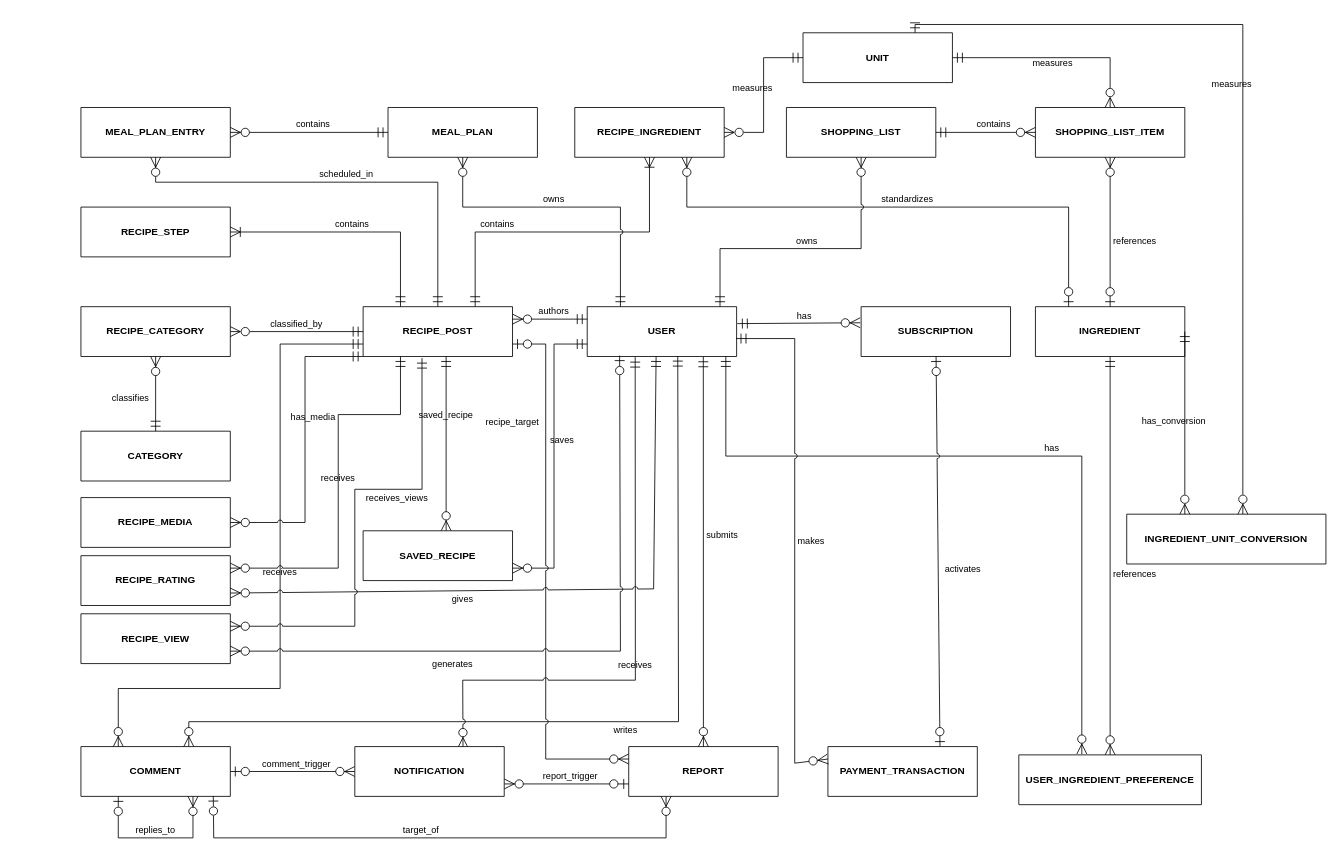
Earlier version of the draw.io diagram docs/diagrams/ERD/conceptual-erd-v1.0.0.drawio (NgaiLong49423/vegetarian-support-system). Source tidied: cells renumbered, new cells numbered last; positions are measured from the earlier drawing's top-left corner, leaving out a move shared by most shapes. Both pictures are drawn from the tidied source at 83%, with x=0, y=0 at pixel (81, 32).
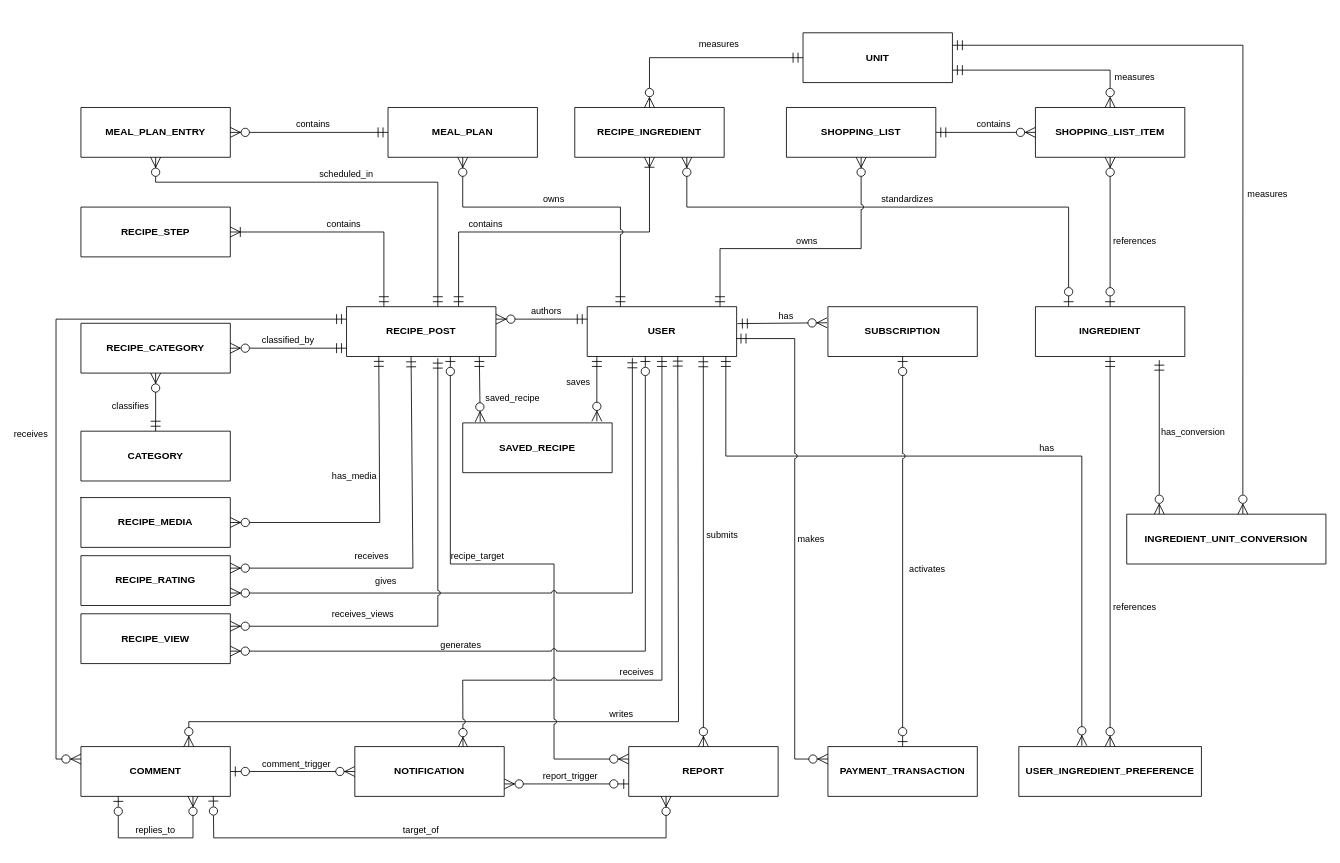
Above is the later version.

Commit message (it also covers changes not shown here):
docs(erd): update conceptual erd and add logical erd v0.1.0

Unchanged cells that the change refers to:
```xml
<mxCell id="2" value="USER" style="shape=table;startSize=60;whiteSpace=wrap;childLayout=tableLayout;rowLines=1;fontStyle=1;align=center;labelBackgroundColor=none;" parent="1" vertex="1">
  <mxGeometry x="610" y="330" width="180" height="60" as="geometry" />
</mxCell>
<mxCell id="4" value="INGREDIENT" style="shape=table;startSize=60;whiteSpace=wrap;childLayout=tableLayout;rowLines=1;fontStyle=1;align=center;labelBackgroundColor=none;" parent="1" vertex="1">
  <mxGeometry x="1150" y="330" width="180" height="60" as="geometry" />
</mxCell>
<mxCell id="6" value="RECIPE_INGREDIENT" style="shape=table;startSize=60;whiteSpace=wrap;childLayout=tableLayout;rowLines=1;fontStyle=1;align=center;labelBackgroundColor=none;" parent="1" vertex="1">
  <mxGeometry x="595" y="90" width="180" height="60" as="geometry" />
</mxCell>
<mxCell id="9" value="COMMENT" style="shape=table;startSize=60;whiteSpace=wrap;childLayout=tableLayout;rowLines=1;fontStyle=1;align=center;labelBackgroundColor=none;" parent="1" vertex="1">
  <mxGeometry y="860" width="180" height="60" as="geometry" />
</mxCell>
<mxCell id="10" value="REPORT" style="shape=table;startSize=60;whiteSpace=wrap;childLayout=tableLayout;rowLines=1;fontStyle=1;align=center;labelBackgroundColor=none;" parent="1" vertex="1">
  <mxGeometry x="660" y="860" width="180" height="60" as="geometry" />
</mxCell>
<mxCell id="14" value="SHOPPING_LIST_ITEM" style="shape=table;startSize=60;whiteSpace=wrap;childLayout=tableLayout;rowLines=1;fontStyle=1;align=center;labelBackgroundColor=none;" parent="1" vertex="1">
  <mxGeometry x="1150" y="90" width="180" height="60" as="geometry" />
</mxCell>
<mxCell id="16" value="PAYMENT_TRANSACTION" style="shape=table;startSize=60;whiteSpace=wrap;childLayout=tableLayout;rowLines=1;fontStyle=1;align=center;labelBackgroundColor=none;" parent="1" vertex="1">
  <mxGeometry x="900" y="860" width="180" height="60" as="geometry" />
</mxCell>
<mxCell id="43" value="NOTIFICATION" style="shape=table;startSize=60;whiteSpace=wrap;childLayout=tableLayout;rowLines=1;fontStyle=1;align=center;labelBackgroundColor=none;" parent="1" vertex="1">
  <mxGeometry x="330" y="860" width="180" height="60" as="geometry" />
</mxCell>
<mxCell id="46" value="RECIPE_STEP" style="shape=table;startSize=60;whiteSpace=wrap;childLayout=tableLayout;rowLines=1;fontStyle=1;align=center;labelBackgroundColor=none;" parent="1" vertex="1">
  <mxGeometry y="210" width="180" height="60" as="geometry" />
</mxCell>
<mxCell id="50" value="RECIPE_RATING" style="shape=table;startSize=60;whiteSpace=wrap;childLayout=tableLayout;rowLines=1;fontStyle=1;align=center;labelBackgroundColor=none;" parent="1" vertex="1">
  <mxGeometry y="630" width="180" height="60" as="geometry" />
</mxCell>
<mxCell id="53" value="RECIPE_VIEW" style="shape=table;startSize=60;whiteSpace=wrap;childLayout=tableLayout;rowLines=1;fontStyle=1;align=center;labelBackgroundColor=none;" parent="1" vertex="1">
  <mxGeometry y="700" width="180" height="60" as="geometry" />
</mxCell>
<mxCell id="56" value="UNIT" style="shape=table;startSize=60;whiteSpace=wrap;childLayout=tableLayout;rowLines=1;fontStyle=1;align=center;labelBackgroundColor=none;" parent="1" vertex="1">
  <mxGeometry x="870" width="180" height="60" as="geometry" />
</mxCell>
<mxCell id="59" value="INGREDIENT_UNIT_CONVERSION" style="shape=table;startSize=60;whiteSpace=wrap;childLayout=tableLayout;rowLines=1;fontStyle=1;align=center;labelBackgroundColor=none;" parent="1" vertex="1">
  <mxGeometry x="1260" y="580" width="240" height="60" as="geometry" />
</mxCell>
```

What changed in the source:
```diff
@@
     <mxCell id="3" value="USER_INGREDIENT_PREFERENCE" style="shape=table;startSize=60;whiteSpace=wrap;childLayout=tableLayout;rowLines=1;fontStyle=1;align=center;labelBackgroundColor=none;" parent="1" vertex="1">
-      <mxGeometry x="1130" y="870" width="220" height="60" as="geometry" />
+      <mxGeometry x="1130" y="860" width="220" height="60" as="geometry" />
     </mxCell>
@@
     <mxCell id="5" value="RECIPE_POST" style="shape=table;startSize=60;whiteSpace=wrap;childLayout=tableLayout;rowLines=1;fontStyle=1;align=center;labelBackgroundColor=none;" parent="1" vertex="1">
-      <mxGeometry x="340" y="330" width="180" height="60" as="geometry" />
+      <mxGeometry x="320" y="330" width="180" height="60" as="geometry" />
     </mxCell>
@@
     <mxCell id="7" value="RECIPE_CATEGORY" style="shape=table;startSize=60;whiteSpace=wrap;childLayout=tableLayout;rowLines=1;fontStyle=1;align=center;labelBackgroundColor=none;" parent="1" vertex="1">
-      <mxGeometry y="330" width="180" height="60" as="geometry" />
+      <mxGeometry y="350" width="180" height="60" as="geometry" />
     </mxCell>
@@
     <mxCell id="15" value="SUBSCRIPTION" style="shape=table;startSize=60;whiteSpace=wrap;childLayout=tableLayout;rowLines=1;fontStyle=1;align=center;labelBackgroundColor=none;" parent="1" vertex="1">
-      <mxGeometry x="940" y="330" width="180" height="60" as="geometry" />
+      <mxGeometry x="900" y="330" width="180" height="60" as="geometry" />
     </mxCell>
@@
     <mxCell id="18" value="references" style="startArrow=ERmandOne;startSize=10;endArrow=ERzeroToMany;endSize=10;rounded=0;noEdgeStyle=1;jumpStyle=arc;labelBackgroundColor=none;fontColor=default;" parent="1" edge="1" source="4" target="3">
-      <mxGeometry x="0.09" y="30" relative="1" as="geometry" />
+      <mxGeometry x="0.28" y="30" relative="1" as="geometry" />
     </mxCell>
@@
     <mxCell id="22" value="classified_by" style="startArrow=ERmandOne;startSize=10;endArrow=ERzeroToMany;endSize=10;rounded=0;noEdgeStyle=1;orthogonal=1;labelBackgroundColor=none;fontColor=default;endFill=0;startFill=0;" parent="1" edge="1" source="5" target="7">
-      <mxGeometry y="-10" relative="1" as="geometry" />
+      <mxGeometry y="-10" relative="1" as="geometry">
+        <Array as="points">
+          <mxPoint x="260" y="380" />
+        </Array>
+      </mxGeometry>
     </mxCell>
@@
-    <mxCell id="24" value="saves" style="startArrow=ERmandOne;startSize=10;endArrow=ERzeroToMany;endSize=10;rounded=0;jumpStyle=arc;labelBackgroundColor=none;fontColor=default;exitX=0;exitY=0.75;exitDx=0;exitDy=0;entryX=1;entryY=0.75;entryDx=0;entryDy=0;" parent="1" edge="1" source="2" target="45">
-      <mxGeometry x="-0.14" y="10" relative="1" as="geometry">
-        <Array as="points">
-          <mxPoint x="570" y="375" />
-          <mxPoint x="570" y="645" />
-        </Array>
+    <mxCell id="24" value="saves" style="startArrow=ERmandOne;startSize=10;endArrow=ERzeroToMany;endSize=10;rounded=0;jumpStyle=arc;labelBackgroundColor=none;fontColor=default;" parent="1" edge="1">
+      <mxGeometry x="-0.23" y="-22" relative="1" as="geometry">
+        <mxPoint x="621.6" y="390" as="sourcePoint" />
+        <mxPoint x="621.6" y="468.1" as="targetPoint" />
       </mxGeometry>
     </mxCell>
-    <mxCell id="25" value="saved_recipe" style="startArrow=ERmandOne;startSize=10;endArrow=ERzeroToMany;endSize=10;rounded=0;noEdgeStyle=1;orthogonal=1;jumpStyle=arc;labelBackgroundColor=none;fontColor=default;" parent="1" edge="1" source="5" target="45">
-      <mxGeometry x="-0.33" relative="1" as="geometry">
+    <mxCell id="25" value="saved_recipe" style="startArrow=ERmandOne;startSize=10;endArrow=ERzeroToMany;endSize=10;rounded=0;orthogonal=1;jumpStyle=arc;labelBackgroundColor=none;fontColor=default;entryX=0.117;entryY=-0.021;entryDx=0;entryDy=0;entryPerimeter=0;" parent="1" edge="1" source="5" target="45">
+      <mxGeometry x="0.29" y="40" relative="1" as="geometry">
         <Array as="points">
-          <mxPoint x="440" y="500" />
+          <mxPoint x="480" y="420" />
         </Array>
+        <mxPoint y="-1" as="offset" />
       </mxGeometry>
     </mxCell>
     <mxCell id="26" value="writes" style="startArrow=ERmandOne;startSize=10;endArrow=ERzeroToMany;endSize=10;rounded=0;jumpStyle=arc;labelBackgroundColor=none;fontColor=default;entryX=0.722;entryY=0;entryDx=0;entryDy=0;exitX=0.606;exitY=0.993;exitDx=0;exitDy=0;exitPerimeter=0;entryPerimeter=0;" parent="1" edge="1" source="2" target="9">
-      <mxGeometry x="-0.05" y="10" relative="1" as="geometry">
+      <mxGeometry x="-0.04" y="-10" relative="1" as="geometry">
         <Array as="points">
           <mxPoint x="720" y="830" />
           <mxPoint x="420" y="830" />
           <mxPoint x="130" y="830" />
         </Array>
       </mxGeometry>
     </mxCell>
-    <mxCell id="27" value="receives" style="startArrow=ERmandOne;startSize=10;endArrow=ERzeroToMany;endSize=10;rounded=0;orthogonal=1;labelBackgroundColor=none;fontColor=default;entryX=0.25;entryY=0;entryDx=0;entryDy=0;exitX=0;exitY=0.75;exitDx=0;exitDy=0;jumpStyle=arc;" parent="1" edge="1" source="5" target="9">
-      <mxGeometry x="-0.04" relative="1" as="geometry">
+    <mxCell id="27" value="receives" style="startArrow=ERmandOne;startSize=10;endArrow=ERzeroToMany;endSize=10;rounded=0;orthogonal=1;labelBackgroundColor=none;fontColor=default;entryX=0;entryY=0.25;entryDx=0;entryDy=0;exitX=0;exitY=0.25;exitDx=0;exitDy=0;jumpStyle=arc;" parent="1" edge="1" source="5" target="9">
+      <mxGeometry x="0.07" y="-30" relative="1" as="geometry">
         <Array as="points">
-          <mxPoint x="240" y="375" />
-          <mxPoint x="240" y="640" />
-          <mxPoint x="240" y="790" />
-          <mxPoint x="45" y="790" />
+          <mxPoint x="-30" y="345" />
+          <mxPoint x="-30" y="875" />
         </Array>
+        <mxPoint y="1" as="offset" />
       </mxGeometry>
     </mxCell>
@@
-    <mxCell id="29" value="recipe_target" style="startArrow=ERzeroToOne;startSize=10;endArrow=ERzeroToMany;endSize=10;rounded=0;orthogonal=1;jumpStyle=arc;labelBackgroundColor=none;fontColor=default;exitX=1;exitY=0.75;exitDx=0;exitDy=0;entryX=0;entryY=0.25;entryDx=0;entryDy=0;" parent="1" edge="1" source="5" target="10">
-      <mxGeometry x="-0.58" y="-40" relative="1" as="geometry">
+    <mxCell id="29" value="recipe_target" style="startArrow=ERzeroToOne;startSize=10;endArrow=ERzeroToMany;endSize=10;rounded=0;orthogonal=1;jumpStyle=arc;labelBackgroundColor=none;fontColor=default;entryX=0;entryY=0.25;entryDx=0;entryDy=0;" parent="1" edge="1" target="10">
+      <mxGeometry x="-0.19" y="10" relative="1" as="geometry">
+        <mxPoint x="445.1" y="390" as="sourcePoint" />
         <Array as="points">
-          <mxPoint x="560" y="375" />
-          <mxPoint x="560" y="875" />
+          <mxPoint x="445.1" y="640" />
+          <mxPoint x="570" y="640" />
+          <mxPoint x="570" y="875" />
         </Array>
       </mxGeometry>
     </mxCell>
@@
     <mxCell id="37" value="makes" style="startArrow=ERmandOne;startSize=10;endArrow=ERzeroToMany;endSize=10;rounded=0;entryX=0;entryY=0.25;entryDx=0;entryDy=0;labelBackgroundColor=none;fontColor=default;jumpStyle=arc;exitX=0.996;exitY=0.64;exitDx=0;exitDy=0;exitPerimeter=0;" parent="1" edge="1" source="2" target="16">
       <mxGeometry x="0.01" y="20" relative="1" as="geometry">
         <Array as="points">
           <mxPoint x="860" y="368.4" />
-          <mxPoint x="860" y="880" />
+          <mxPoint x="860" y="875" />
         </Array>
       </mxGeometry>
     </mxCell>
-    <mxCell id="38" value="activates" style="startArrow=ERzeroToOne;startSize=10;endArrow=ERzeroToOne;endSize=10;rounded=0;noEdgeStyle=1;labelBackgroundColor=none;fontColor=default;jumpStyle=arc;exitX=0.75;exitY=0;exitDx=0;exitDy=0;" parent="1" edge="1" source="16" target="15">
+    <mxCell id="38" value="activates" style="startArrow=ERzeroToOne;startSize=10;endArrow=ERzeroToOne;endSize=10;rounded=0;noEdgeStyle=1;labelBackgroundColor=none;fontColor=default;jumpStyle=arc;exitX=0.5;exitY=0;exitDx=0;exitDy=0;" parent="1" edge="1" source="16" target="15">
       <mxGeometry x="-0.09" y="-30" relative="1" as="geometry" />
     </mxCell>
-    <mxCell id="39" value="receives" style="startArrow=ERmandOne;startSize=10;endArrow=ERzeroToMany;endSize=10;rounded=0;jumpStyle=arc;labelBackgroundColor=none;fontColor=default;exitX=0.321;exitY=1.013;exitDx=0;exitDy=0;exitPerimeter=0;entryX=0.724;entryY=0.019;entryDx=0;entryDy=0;entryPerimeter=0;" parent="1" edge="1" source="2" target="43">
-      <mxGeometry x="0.09" relative="1" as="geometry">
+    <mxCell id="39" value="receives" style="startArrow=ERmandOne;startSize=10;endArrow=ERzeroToMany;endSize=10;rounded=0;jumpStyle=arc;labelBackgroundColor=none;fontColor=default;exitX=0.5;exitY=1;exitDx=0;exitDy=0;entryX=0.724;entryY=0.019;entryDx=0;entryDy=0;entryPerimeter=0;" parent="1" edge="1" source="2" target="43">
+      <mxGeometry x="0.18" y="-10" relative="1" as="geometry">
         <Array as="points">
-          <mxPoint x="668" y="780" />
+          <mxPoint x="700" y="780" />
           <mxPoint x="570" y="780" />
           <mxPoint x="460" y="780" />
         </Array>
       </mxGeometry>
     </mxCell>
@@
     <mxCell id="45" value="SAVED_RECIPE" style="shape=table;startSize=60;whiteSpace=wrap;childLayout=tableLayout;rowLines=1;fontStyle=1;align=center;labelBackgroundColor=none;" parent="1" vertex="1">
-      <mxGeometry x="340" y="600" width="180" height="60" as="geometry" />
+      <mxGeometry x="460" y="470" width="180" height="60" as="geometry" />
     </mxCell>
@@
     <mxCell id="47" value="contains" style="startArrow=ERmandOne;startSize=10;endArrow=ERoneToMany;endSize=10;rounded=0;noEdgeStyle=1;orthogonal=1;labelBackgroundColor=none;fontColor=default;endFill=0;startFill=0;entryX=1;entryY=0.5;entryDx=0;entryDy=0;exitX=0.25;exitY=0;exitDx=0;exitDy=0;" parent="1" edge="1" source="5" target="46">
       <mxGeometry y="-10" relative="1" as="geometry">
         <Array as="points">
-          <mxPoint x="385" y="240" />
+          <mxPoint x="365" y="240" />
         </Array>
       </mxGeometry>
     </mxCell>
-    <mxCell id="48" value="RECIPE_MEDIA" style="shape=table;startSize=60;whiteSpace=wrap;childLayout=tableLayout;rowLines=1;fontStyle=1;align=center;labelBackgroundColor=none;" parent="1" vertex="1">
+    <mxCell id="48" value="RECIPE_MEDIA" style="shape=table;startSize=0;whiteSpace=wrap;childLayout=tableLayout;rowLines=1;fontStyle=1;align=center;labelBackgroundColor=none;" parent="1" vertex="1">
       <mxGeometry y="560" width="180" height="60" as="geometry" />
     </mxCell>
-    <mxCell id="49" value="&#10;has_media&#10;&#10;" style="startArrow=ERmandOne;startSize=10;endArrow=ERzeroToMany;endSize=10;rounded=0;jumpStyle=arc;labelBackgroundColor=none;fontColor=default;entryX=1;entryY=0.5;entryDx=0;entryDy=0;exitX=0;exitY=1;exitDx=0;exitDy=0;" parent="1" edge="1" source="5" target="48">
-      <mxGeometry x="-0.17" y="10" relative="1" as="geometry">
+    <mxCell id="49" value="&#10;has_media&#10;&#10;" style="startArrow=ERmandOne;startSize=10;endArrow=ERzeroToMany;endSize=10;rounded=0;jumpStyle=arc;labelBackgroundColor=none;fontColor=default;entryX=1;entryY=0.5;entryDx=0;entryDy=0;exitX=0.216;exitY=0.998;exitDx=0;exitDy=0;exitPerimeter=0;" parent="1" edge="1" source="5" target="48">
+      <mxGeometry x="-0.21" y="-30" relative="1" as="geometry">
         <Array as="points">
-          <mxPoint x="270" y="390" />
-          <mxPoint x="270" y="590" />
+          <mxPoint x="360" y="590" />
         </Array>
       </mxGeometry>
     </mxCell>
@@
-    <mxCell id="51" value="gives" style="startArrow=ERmandOne;startSize=10;endArrow=ERzeroToMany;endSize=10;rounded=0;jumpStyle=arc;labelBackgroundColor=none;fontColor=default;exitX=0.461;exitY=1;exitDx=0;exitDy=0;exitPerimeter=0;entryX=1;entryY=0.75;entryDx=0;entryDy=0;" parent="1" edge="1" source="2" target="50">
-      <mxGeometry x="0.29" y="10" relative="1" as="geometry">
+    <mxCell id="51" value="gives" style="startArrow=ERmandOne;startSize=10;endArrow=ERzeroToMany;endSize=10;rounded=0;jumpStyle=arc;labelBackgroundColor=none;fontColor=default;entryX=1;entryY=0.75;entryDx=0;entryDy=0;exitX=0.302;exitY=1.027;exitDx=0;exitDy=0;exitPerimeter=0;" parent="1" edge="1" source="2" target="50">
+      <mxGeometry x="0.51" y="-15" relative="1" as="geometry">
         <Array as="points">
-          <mxPoint x="690" y="670" />
+          <mxPoint x="664.4" y="675" />
         </Array>
       </mxGeometry>
     </mxCell>
-    <mxCell id="52" value="receives" style="startArrow=ERmandOne;startSize=10;endArrow=ERzeroToMany;endSize=10;rounded=0;orthogonal=1;labelBackgroundColor=none;fontColor=default;entryX=1;entryY=0.25;entryDx=0;entryDy=0;exitX=0.25;exitY=1;exitDx=0;exitDy=0;jumpStyle=arc;edgeStyle=orthogonalEdgeStyle;" parent="1" edge="1" source="5" target="50">
-      <mxGeometry x="-0.04" relative="1" as="geometry">
+    <mxCell id="52" value="receives" style="startArrow=ERmandOne;startSize=10;endArrow=ERzeroToMany;endSize=10;rounded=0;orthogonal=1;labelBackgroundColor=none;fontColor=default;entryX=1;entryY=0.25;entryDx=0;entryDy=0;exitX=0.432;exitY=1.007;exitDx=0;exitDy=0;jumpStyle=arc;exitPerimeter=0;" parent="1" edge="1" source="5" target="50">
+      <mxGeometry x="0.28" y="-15" relative="1" as="geometry">
         <Array as="points">
-          <mxPoint x="385" y="460" />
-          <mxPoint x="310" y="460" />
-          <mxPoint x="310" y="645" />
+          <mxPoint x="400" y="645" />
         </Array>
       </mxGeometry>
     </mxCell>
@@
-    <mxCell id="54" value="generates" style="startArrow=ERzeroToOne;startSize=10;endArrow=ERzeroToMany;endSize=10;rounded=0;jumpStyle=arc;labelBackgroundColor=none;fontColor=default;exitX=0.217;exitY=0.983;exitDx=0;exitDy=0;exitPerimeter=0;entryX=1;entryY=0.75;entryDx=0;entryDy=0;startFill=0;" parent="1" edge="1" source="2" target="53">
-      <mxGeometry x="0.35" y="15" relative="1" as="geometry">
+    <mxCell id="54" value="generates" style="startArrow=ERzeroToOne;startSize=10;endArrow=ERzeroToMany;endSize=10;rounded=0;jumpStyle=arc;labelBackgroundColor=none;fontColor=default;entryX=1;entryY=0.75;entryDx=0;entryDy=0;startFill=0;" parent="1" edge="1" target="53">
+      <mxGeometry x="0.35" y="-8" relative="1" as="geometry">
+        <mxPoint x="680" y="390" as="sourcePoint" />
         <Array as="points">
-          <mxPoint x="650" y="745" />
+          <mxPoint x="680" y="450" />
+          <mxPoint x="680" y="745" />
         </Array>
       </mxGeometry>
     </mxCell>
-    <mxCell id="55" value="receives_views" style="startArrow=ERmandOne;startSize=10;endArrow=ERzeroToMany;endSize=10;rounded=0;jumpStyle=arc;labelBackgroundColor=none;fontColor=default;entryX=1;entryY=0.25;entryDx=0;entryDy=0;exitX=0.394;exitY=1.033;exitDx=0;exitDy=0;exitPerimeter=0;" parent="1" edge="1" source="5" target="53">
-      <mxGeometry x="-0.32" y="10" relative="1" as="geometry">
+    <mxCell id="55" value="receives_views" style="startArrow=ERmandOne;startSize=10;endArrow=ERzeroToMany;endSize=10;rounded=0;jumpStyle=arc;labelBackgroundColor=none;fontColor=default;entryX=1;entryY=0.25;entryDx=0;entryDy=0;" parent="1" edge="1" target="53">
+      <mxGeometry x="0.44" y="-15" relative="1" as="geometry">
+        <mxPoint x="430" y="392" as="sourcePoint" />
         <Array as="points">
-          <mxPoint x="411" y="550" />
-          <mxPoint x="330" y="550" />
-          <mxPoint x="330" y="715" />
+          <mxPoint x="430" y="715" />
         </Array>
       </mxGeometry>
     </mxCell>
@@
-    <mxCell id="57" value="&#10;measures&#10;&#10;" style="startArrow=ERzeroToMany;startSize=10;endArrow=ERmandOne;endSize=10;rounded=0;orthogonal=1;labelBackgroundColor=none;fontColor=default;jumpStyle=arc;entryX=0;entryY=0.5;entryDx=0;entryDy=0;endFill=0;startFill=0;edgeStyle=orthogonalEdgeStyle;" parent="1" edge="1" source="6" target="56">
-      <mxGeometry x="0.03" y="13" relative="1" as="geometry" />
+    <mxCell id="57" value="&#10;measures&#10;&#10;" style="startArrow=ERzeroToMany;startSize=10;endArrow=ERmandOne;endSize=10;rounded=0;orthogonal=1;labelBackgroundColor=none;fontColor=default;jumpStyle=arc;entryX=0;entryY=0.5;entryDx=0;entryDy=0;endFill=0;startFill=0;edgeStyle=orthogonalEdgeStyle;exitX=0.5;exitY=0;exitDx=0;exitDy=0;" parent="1" edge="1" source="6" target="56">
+      <mxGeometry x="0.18" y="10" relative="1" as="geometry">
+        <mxPoint x="-1" as="offset" />
+      </mxGeometry>
     </mxCell>
-    <mxCell id="58" value="&#10;measures&#10;&#10;" style="startArrow=ERzeroToMany;startSize=10;endArrow=ERmandOne;endSize=10;rounded=0;orthogonal=1;labelBackgroundColor=none;fontColor=default;jumpStyle=arc;entryX=1;entryY=0.5;entryDx=0;entryDy=0;endFill=0;startFill=0;exitX=0.5;exitY=0;exitDx=0;exitDy=0;edgeStyle=orthogonalEdgeStyle;" parent="1" edge="1" source="14" target="56">
-      <mxGeometry x="0.03" y="13" relative="1" as="geometry" />
+    <mxCell id="58" value="&#10;measures&#10;&#10;" style="startArrow=ERzeroToMany;startSize=10;endArrow=ERmandOne;endSize=10;rounded=0;orthogonal=1;labelBackgroundColor=none;fontColor=default;jumpStyle=arc;entryX=1;entryY=0.75;entryDx=0;entryDy=0;endFill=0;startFill=0;exitX=0.5;exitY=0;exitDx=0;exitDy=0;edgeStyle=orthogonalEdgeStyle;" parent="1" edge="1" source="14" target="56">
+      <mxGeometry x="-0.74" y="-30" relative="1" as="geometry" />
     </mxCell>
@@
-    <mxCell id="60" value="has_conversion" style="startArrow=ERzeroToMany;startSize=10;endArrow=ERmandOne;endSize=10;rounded=0;orthogonal=1;labelBackgroundColor=none;fontColor=default;jumpStyle=arc;entryX=1;entryY=0.5;entryDx=0;entryDy=0;endFill=0;startFill=0;" parent="1" edge="1" source="59" target="4">
-      <mxGeometry x="0.03" y="13" relative="1" as="geometry" />
+    <mxCell id="60" value="has_conversion" style="startArrow=ERzeroToMany;startSize=10;endArrow=ERmandOne;endSize=10;rounded=0;orthogonal=1;labelBackgroundColor=none;fontColor=default;jumpStyle=arc;entryX=0.829;entryY=1.074;entryDx=0;entryDy=0;endFill=0;startFill=0;entryPerimeter=0;" parent="1" edge="1" source="59" target="4">
+      <mxGeometry x="0.08" y="-41" relative="1" as="geometry" />
     </mxCell>
-    <mxCell id="61" value="&#10;measures&#10;&#10;" style="startArrow=ERzeroToMany;startSize=10;endArrow=ERmandOne;endSize=10;rounded=0;orthogonal=1;labelBackgroundColor=none;fontColor=default;jumpStyle=arc;entryX=0.75;entryY=0;entryDx=0;entryDy=0;endFill=0;startFill=0;exitX=0.583;exitY=0;exitDx=0;exitDy=0;exitPerimeter=0;edgeStyle=orthogonalEdgeStyle;" parent="1" edge="1" source="59" target="56">
-      <mxGeometry x="0.03" y="13" relative="1" as="geometry" />
+    <mxCell id="61" value="&#10;measures&#10;&#10;" style="startArrow=ERzeroToMany;startSize=10;endArrow=ERmandOne;endSize=10;rounded=0;orthogonal=1;labelBackgroundColor=none;fontColor=default;jumpStyle=arc;entryX=1;entryY=0.25;entryDx=0;entryDy=0;endFill=0;startFill=0;exitX=0.583;exitY=0;exitDx=0;exitDy=0;exitPerimeter=0;" parent="1" edge="1" source="59" target="56">
+      <mxGeometry x="-0.17" y="-30" relative="1" as="geometry">
+        <Array as="points">
+          <mxPoint x="1400" y="15" />
+        </Array>
+      </mxGeometry>
     </mxCell>
```
